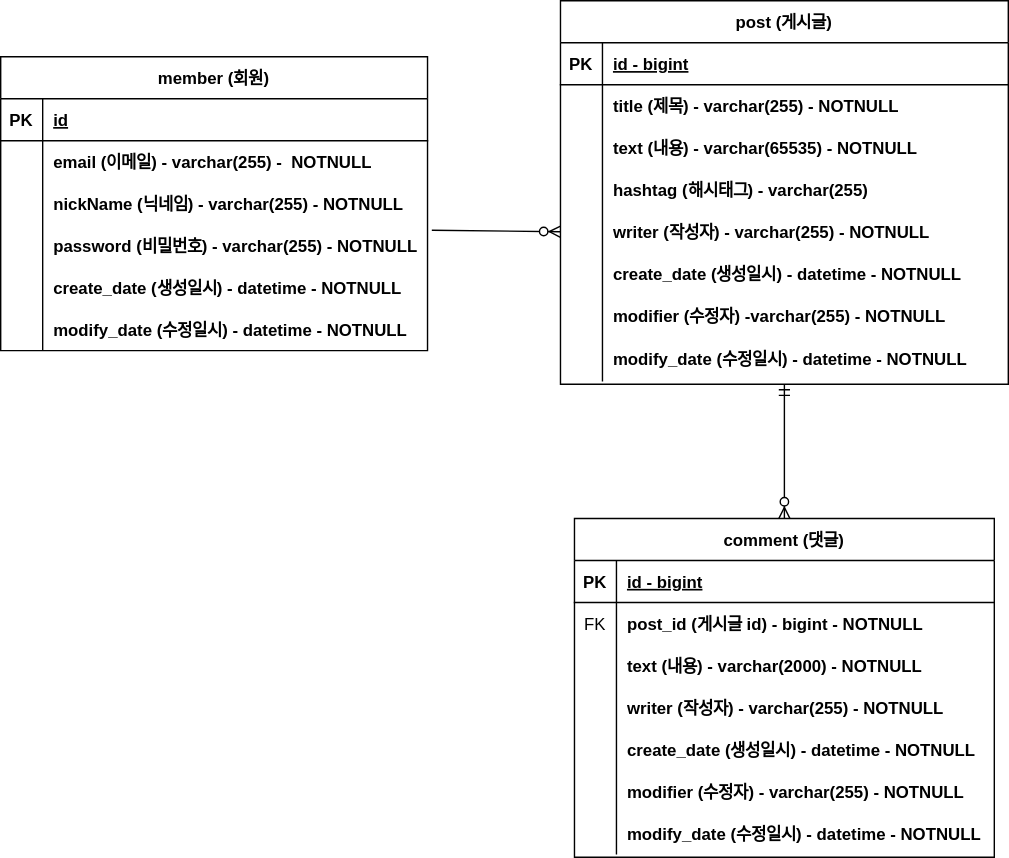
tlqkrus012345/sym keeps this draw.io diagram as document/sym-project-erd.svg. Above is the earlier version. Source tidied: cells renumbered, new cells last; positions are measured from the earlier drawing's top-left corner, leaving out a move shared by most shapes.
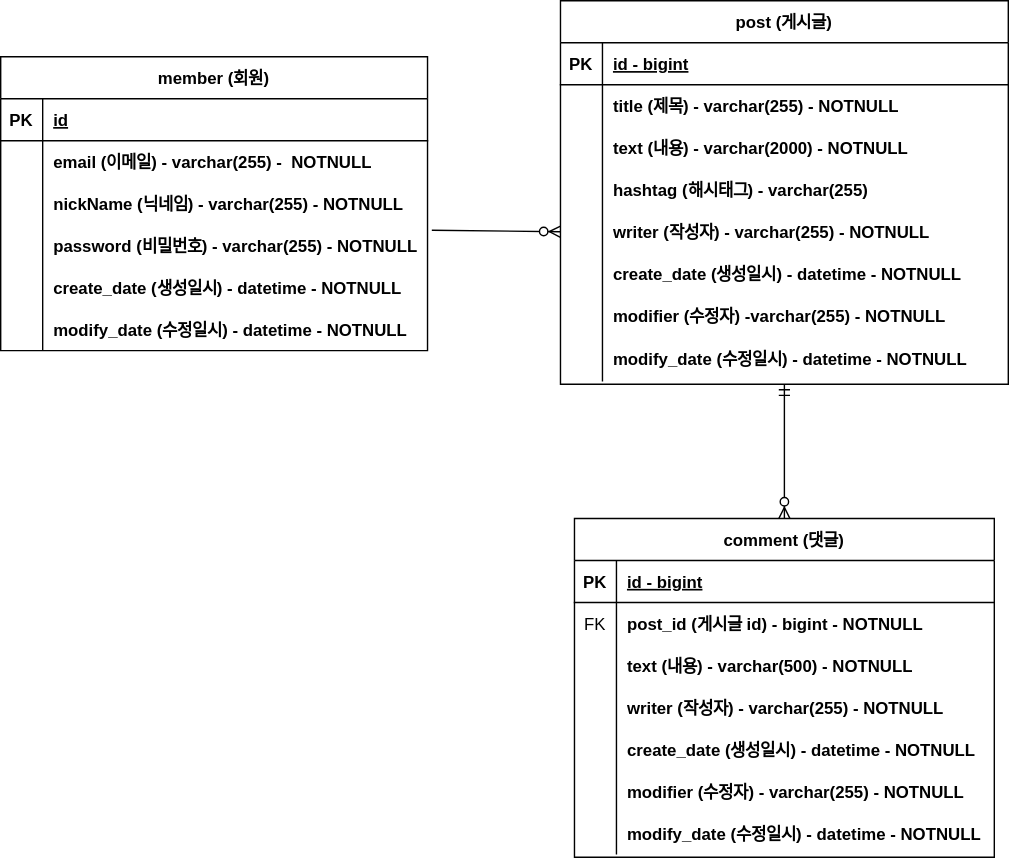
The same file after the commit.

Change to the diagram source:
```diff
@@ -29,7 +29,7 @@
     <mxCell id="10" style="shape=partialRectangle;overflow=hidden;fillColor=none;top=0;left=0;bottom=0;right=0;" parent="9" vertex="1">
       <mxGeometry width="30" height="30" as="geometry" />
     </mxCell>
-    <mxCell id="11" value="text (내용) - varchar(65535) - NOTNULL" style="shape=partialRectangle;overflow=hidden;fillColor=none;top=0;left=0;bottom=0;right=0;align=left;spacingLeft=6;fontStyle=1;" parent="9" vertex="1">
+    <mxCell id="11" value="text (내용) - varchar(2000) - NOTNULL" style="shape=partialRectangle;overflow=hidden;fillColor=none;top=0;left=0;bottom=0;right=0;align=left;spacingLeft=6;fontStyle=1;" parent="9" vertex="1">
       <mxGeometry x="30" width="290" height="30" as="geometry" />
     </mxCell>
     <mxCell id="12" style="shape=partialRectangle;fillColor=none;top=0;left=0;right=0;bottom=0;" parent="2" vertex="1">
@@ -104,7 +104,7 @@
     <mxCell id="35" style="shape=partialRectangle;overflow=hidden;fillColor=none;top=0;left=0;bottom=0;right=0;" parent="34" vertex="1">
       <mxGeometry width="30" height="30" as="geometry" />
     </mxCell>
-    <mxCell id="36" value="text (내용) - varchar(2000) - NOTNULL" style="shape=partialRectangle;overflow=hidden;fillColor=none;top=0;left=0;bottom=0;right=0;align=left;spacingLeft=6;fontStyle=1;" parent="34" vertex="1">
+    <mxCell id="36" value="text (내용) - varchar(500) - NOTNULL" style="shape=partialRectangle;overflow=hidden;fillColor=none;top=0;left=0;bottom=0;right=0;align=left;spacingLeft=6;fontStyle=1;" parent="34" vertex="1">
       <mxGeometry x="30" width="270" height="30" as="geometry" />
     </mxCell>
     <mxCell id="37" style="shape=partialRectangle;fillColor=none;top=0;left=0;right=0;bottom=0;" parent="27" vertex="1">
```
